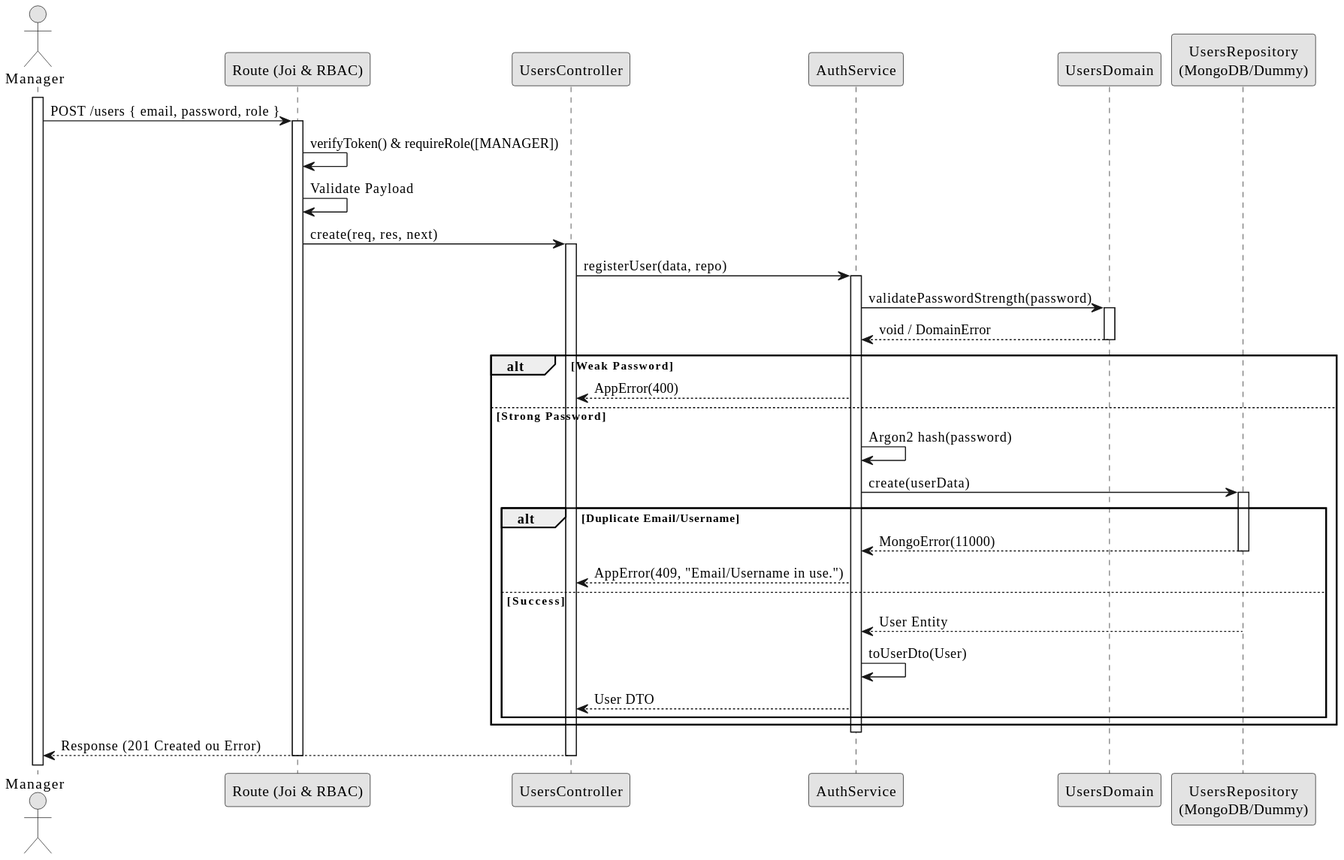
Earlier version of the PlantUML export docs/Sprint 1/1241176-Iva-Silva/bck01/UC2_Register_Design.svg (ivasduarte/laprizza).
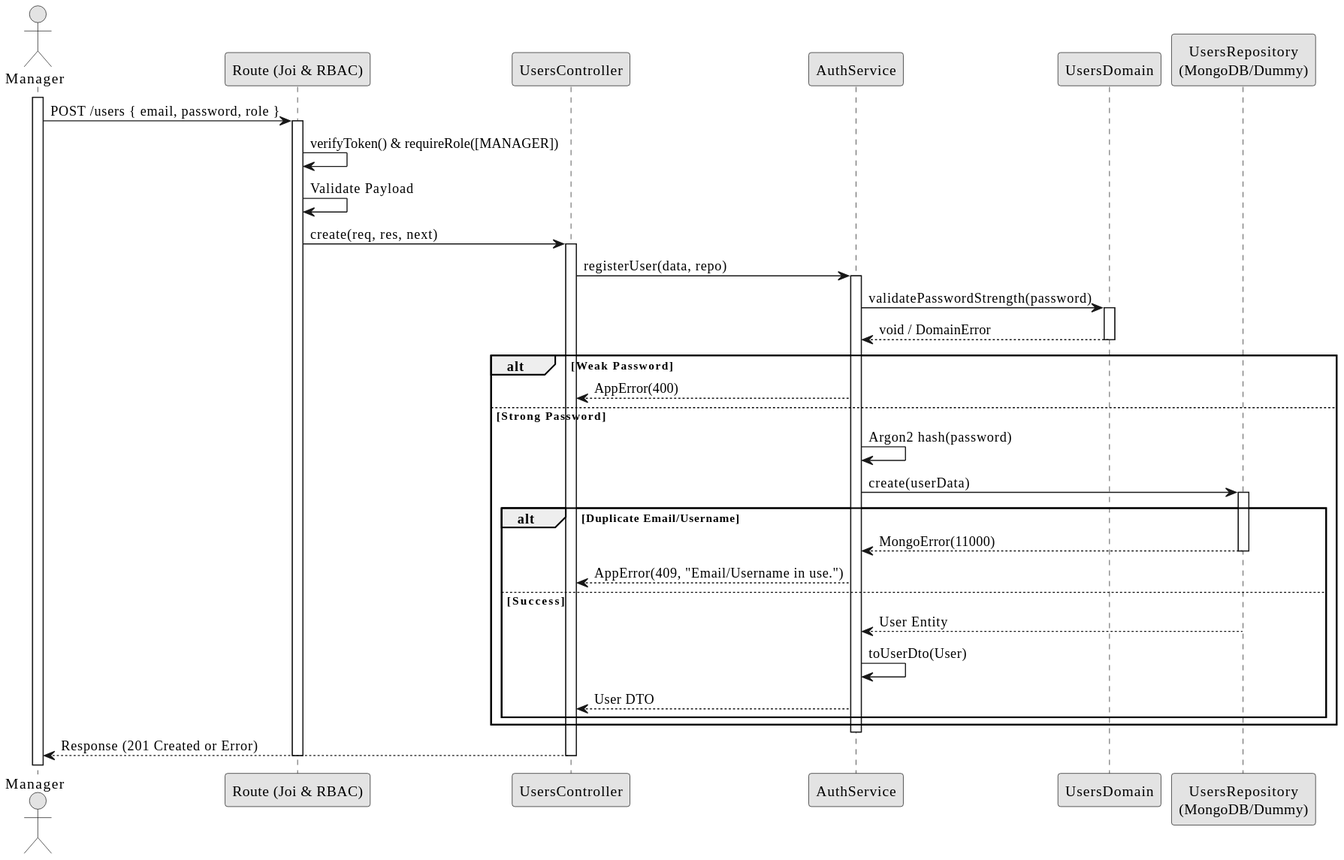
After the change.

Commit message:
docs(BCK01): add user authentication use cases and diagrams (#113)

Diff of the diagram source:
```diff
@@ -49,7 +49,7 @@
 end
 deactivate service
 
-controller --> Manager : Response (201 Created ou Error)
+controller --> Manager : Response (201 Created or Error)
 deactivate controller
 deactivate route
 @enduml
```
